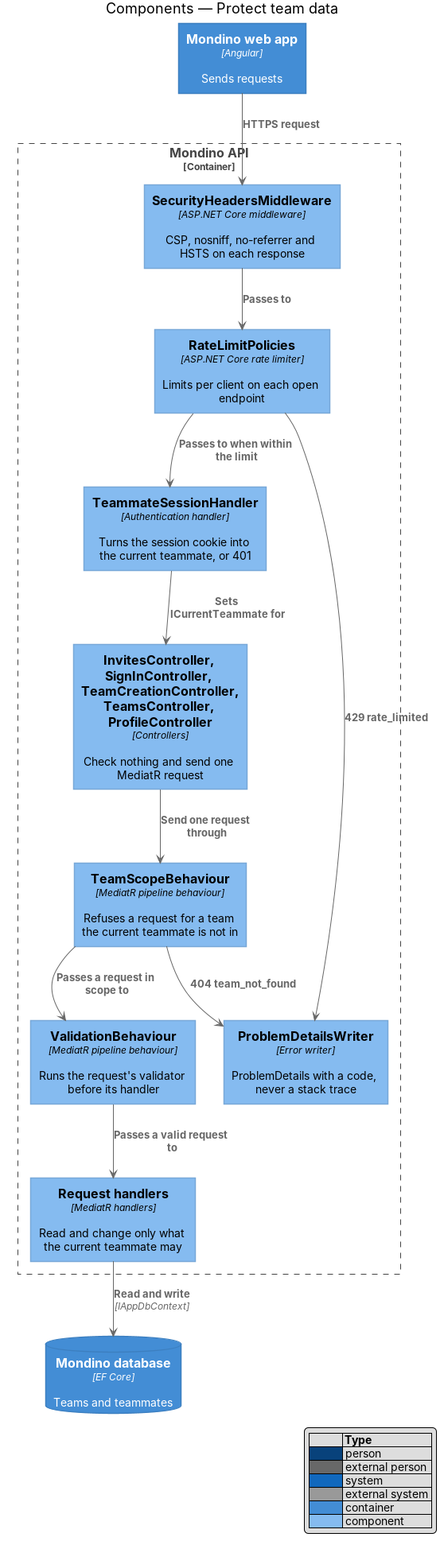
This is docs/detailed-designs/platform/protect-team-data/diagrams/c4-component.png from QuinntyneBrown/Mondino, a PlantUML export, as it was before one commit. Its source is kept beside it as docs/detailed-designs/platform/protect-team-data/diagrams/c4-component.puml. The source it was exported from:
```plantuml
@startuml
!include <C4/C4_Component>
LAYOUT_WITH_LEGEND()
title Components — Protect team data

Container(spa, "Mondino web app", "Angular", "Sends requests")
Container_Boundary(api, "Mondino API") {
  Component(headers, "SecurityHeadersMiddleware", "ASP.NET Core middleware", "CSP, nosniff, no-referrer and HSTS on each response")
  Component(limits, "RateLimitPolicies", "ASP.NET Core rate limiter", "Limits per client on each open endpoint")
  Component(session, "TeammateSessionHandler", "Authentication handler", "Turns the session cookie into the current teammate, or 401")
  Component(controllers, "InvitesController, SignInController, TeamCreationController, TeamsController, ProfileController", "Controllers", "Check nothing and send one MediatR request")
  Component(scope, "TeamScopeBehaviour", "MediatR pipeline behaviour", "Refuses a request for a team the current teammate is not in")
  Component(validation, "ValidationBehaviour", "MediatR pipeline behaviour", "Runs the request's validator before its handler")
  Component(handlers, "Request handlers", "MediatR handlers", "Read and change only what the current teammate may")
  Component(problems, "ProblemDetailsWriter", "Error writer", "ProblemDetails with a code, never a stack trace")
}
ContainerDb(db, "Mondino database", "EF Core", "Teams and teammates")
Rel(spa, headers, "HTTPS request")
Rel(headers, limits, "Passes to")
Rel(limits, session, "Passes to when within the limit")
Rel(session, controllers, "Sets ICurrentTeammate for")
Rel(controllers, scope, "Send one request through")
Rel(scope, validation, "Passes a request in scope to")
Rel(validation, handlers, "Passes a valid request to")
Rel(handlers, db, "Read and write", "IAppDbContext")
Rel(scope, problems, "404 team_not_found")
Rel(limits, problems, "429 rate_limited")
@enduml
```
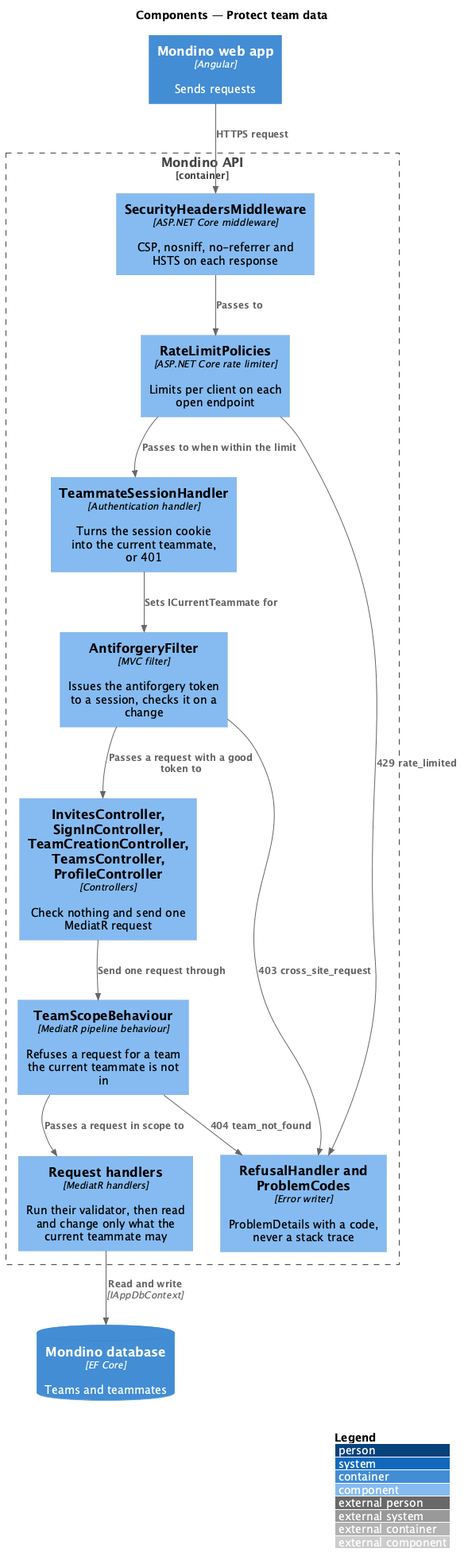
The same diagram one commit later.

Diff of the diagram source:
```diff
@@ -10,18 +10,19 @@
   Component(session, "TeammateSessionHandler", "Authentication handler", "Turns the session cookie into the current teammate, or 401")
   Component(controllers, "InvitesController, SignInController, TeamCreationController, TeamsController, ProfileController", "Controllers", "Check nothing and send one MediatR request")
   Component(scope, "TeamScopeBehaviour", "MediatR pipeline behaviour", "Refuses a request for a team the current teammate is not in")
-  Component(validation, "ValidationBehaviour", "MediatR pipeline behaviour", "Runs the request's validator before its handler")
-  Component(handlers, "Request handlers", "MediatR handlers", "Read and change only what the current teammate may")
-  Component(problems, "ProblemDetailsWriter", "Error writer", "ProblemDetails with a code, never a stack trace")
+  Component(antiforgery, "AntiforgeryFilter", "MVC filter", "Issues the antiforgery token to a session, checks it on a change")
+  Component(handlers, "Request handlers", "MediatR handlers", "Run their validator, then read and change only what the current teammate may")
+  Component(problems, "RefusalHandler and ProblemCodes", "Error writer", "ProblemDetails with a code, never a stack trace")
 }
 ContainerDb(db, "Mondino database", "EF Core", "Teams and teammates")
 Rel(spa, headers, "HTTPS request")
 Rel(headers, limits, "Passes to")
 Rel(limits, session, "Passes to when within the limit")
-Rel(session, controllers, "Sets ICurrentTeammate for")
+Rel(session, antiforgery, "Sets ICurrentTeammate for")
+Rel(antiforgery, controllers, "Passes a request with a good token to")
+Rel(antiforgery, problems, "403 cross_site_request")
 Rel(controllers, scope, "Send one request through")
-Rel(scope, validation, "Passes a request in scope to")
-Rel(validation, handlers, "Passes a valid request to")
+Rel(scope, handlers, "Passes a request in scope to")
 Rel(handlers, db, "Read and write", "IAppDbContext")
 Rel(scope, problems, "404 team_not_found")
 Rel(limits, problems, "429 rate_limited")
```
